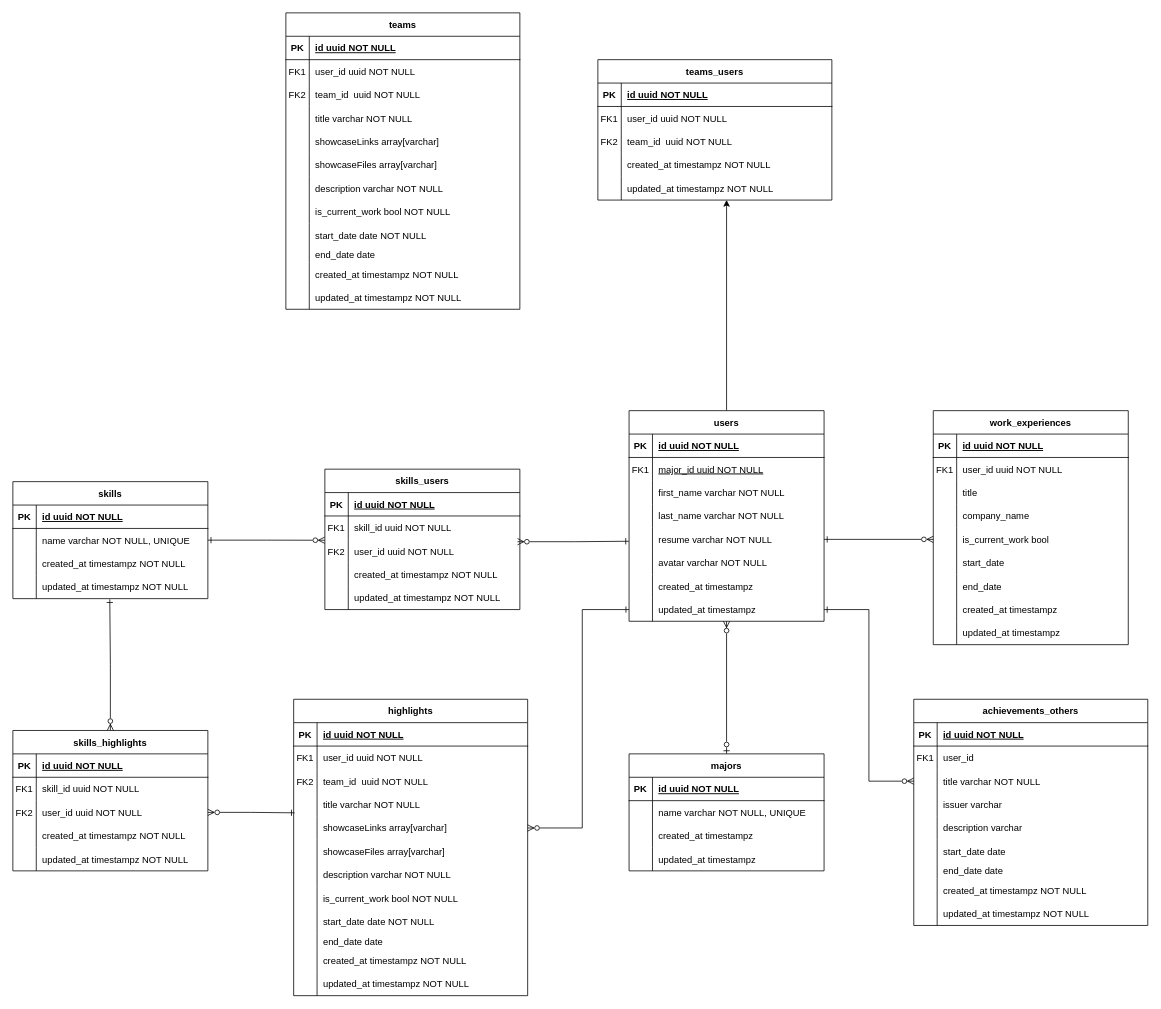
jmsandiegoo/launchlab_nus_app keeps this draw.io diagram as er-diagram.drawio. Above is the earlier version. Source tidied: cells renumbered, new cells numbered last; positions are measured from the earlier drawing's top-left corner, leaving out a move shared by most shapes. Both pictures are drawn from the tidied source at 78%, with x=0, y=0 at pixel (12, 12).
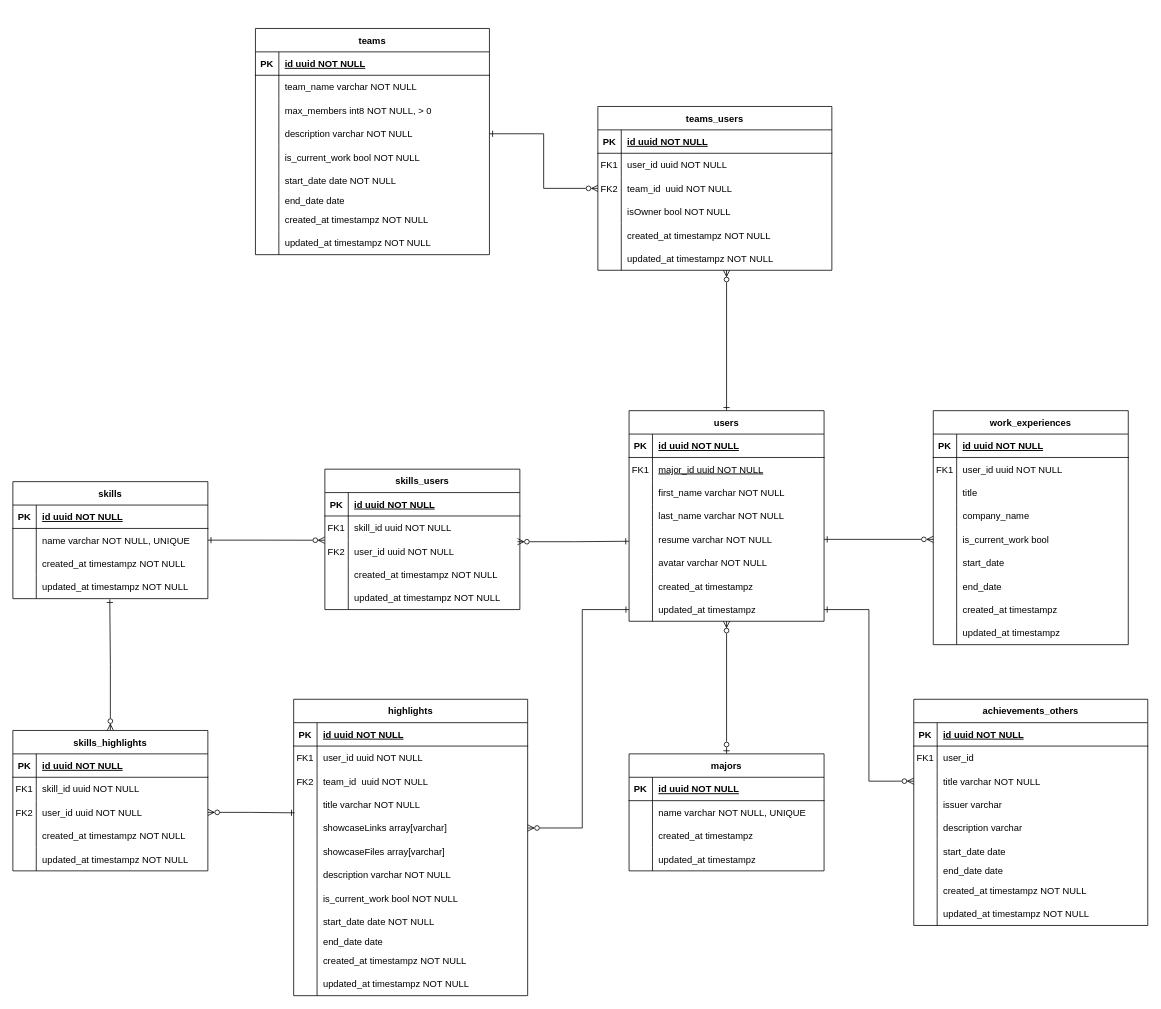
Above is the later version.

Unchanged cells that the change refers to:
```xml
<mxCell id="3" value="users" style="shape=table;startSize=30;childLayout=tableLayout;rowLines=0;fontStyle=1;align=center;" parent="1" vertex="1">
  <mxGeometry x="790" y="510" width="250" height="270" as="geometry" />
</mxCell>
<mxCell id="233" style="shape=partialRectangle;fillColor=none;points=[[0,0.5],[1,0.5]];portConstraint=eastwest;top=0;left=0;right=0;bottom=0;" parent="226" vertex="1">
  <mxGeometry y="90" width="300" height="30" as="geometry" />
</mxCell>
```

Change to the diagram source:
```diff
@@
-    <mxCell id="2" style="edgeStyle=orthogonalEdgeStyle;rounded=0;jettySize=auto;html=1;exitX=0.5;exitY=0;exitDx=0;exitDy=0;entryX=0.55;entryY=0.996;entryDx=0;entryDy=0;entryPerimeter=0;" parent="1" edge="1" source="3" target="239">
+    <mxCell id="2" style="edgeStyle=orthogonalEdgeStyle;rounded=0;jettySize=auto;html=1;exitX=0.5;exitY=0;exitDx=0;exitDy=0;entryX=0.55;entryY=0.996;entryDx=0;entryDy=0;entryPerimeter=0;endArrow=ERzeroToMany;endFill=0;startArrow=ERone;startFill=0;" parent="1" edge="1" source="3" target="239">
       <mxGeometry relative="1" as="geometry" />
     </mxCell>
@@
     <mxCell id="189" value="teams" style="shape=table;startSize=30;childLayout=tableLayout;rowLines=0;fontStyle=1;align=center;" parent="1" vertex="1">
-      <mxGeometry x="350" width="300" height="380" as="geometry" />
+      <mxGeometry x="311" y="20" width="300" height="290" as="geometry" />
     </mxCell>
@@
-    <mxCell id="193" style="shape=partialRectangle;fillColor=none;top=0;left=0;right=0;bottom=0;" parent="189" vertex="1">
-      <mxGeometry y="60" width="300" height="30" as="geometry" />
-    </mxCell>
-    <mxCell id="194" value="FK1" style="shape=partialRectangle;overflow=hidden;fillColor=none;top=0;left=0;bottom=0;right=0;" parent="193" vertex="1">
-      <mxGeometry width="30" height="30" as="geometry" />
-    </mxCell>
-    <mxCell id="195" value="user_id uuid NOT NULL" style="shape=partialRectangle;overflow=hidden;fillColor=none;top=0;left=0;bottom=0;right=0;align=left;spacingLeft=6;" parent="193" vertex="1">
-      <mxGeometry x="30" width="270" height="30" as="geometry" />
-    </mxCell>
-    <mxCell id="196" style="shape=partialRectangle;fillColor=none;top=0;left=0;right=0;bottom=0;" parent="189" vertex="1">
-      <mxGeometry y="90" width="300" height="30" as="geometry" />
-    </mxCell>
-    <mxCell id="197" value="FK2" style="shape=partialRectangle;overflow=hidden;fillColor=none;top=0;left=0;bottom=0;right=0;" parent="196" vertex="1">
-      <mxGeometry width="30" height="30" as="geometry" />
-    </mxCell>
-    <mxCell id="198" value="team_id  uuid NOT NULL" style="shape=partialRectangle;overflow=hidden;fillColor=none;top=0;left=0;bottom=0;right=0;align=left;spacingLeft=6;" parent="196" vertex="1">
-      <mxGeometry x="30" width="270" height="30" as="geometry" />
-    </mxCell>
     <mxCell id="199" style="shape=partialRectangle;fillColor=none;top=0;left=0;right=0;bottom=0;" parent="189" vertex="1">
-      <mxGeometry y="120" width="300" height="30" as="geometry" />
+      <mxGeometry y="60" width="300" height="30" as="geometry" />
     </mxCell>
@@
-    <mxCell id="201" value="title varchar NOT NULL" style="shape=partialRectangle;overflow=hidden;fillColor=none;top=0;left=0;bottom=0;right=0;align=left;spacingLeft=6;" parent="199" vertex="1">
+    <mxCell id="201" value="team_name varchar NOT NULL" style="shape=partialRectangle;overflow=hidden;fillColor=none;top=0;left=0;bottom=0;right=0;align=left;spacingLeft=6;" parent="199" vertex="1">
       <mxGeometry x="30" width="270" height="30" as="geometry" />
     </mxCell>
     <mxCell id="202" style="shape=partialRectangle;fillColor=none;top=0;left=0;right=0;bottom=0;" parent="189" vertex="1">
-      <mxGeometry y="150" width="300" height="30" as="geometry" />
+      <mxGeometry y="90" width="300" height="30" as="geometry" />
     </mxCell>
@@
-    <mxCell id="204" value="showcaseLinks array[varchar]" style="shape=partialRectangle;overflow=hidden;fillColor=none;top=0;left=0;bottom=0;right=0;align=left;spacingLeft=6;" parent="202" vertex="1">
+    <mxCell id="204" value="max_members int8 NOT NULL, &gt; 0" style="shape=partialRectangle;overflow=hidden;fillColor=none;top=0;left=0;bottom=0;right=0;align=left;spacingLeft=6;" parent="202" vertex="1">
       <mxGeometry x="30" width="270" height="30" as="geometry" />
     </mxCell>
-    <mxCell id="205" style="shape=partialRectangle;fillColor=none;top=0;left=0;right=0;bottom=0;" parent="189" vertex="1">
-      <mxGeometry y="180" width="300" height="30" as="geometry" />
-    </mxCell>
-    <mxCell id="206" style="shape=partialRectangle;overflow=hidden;fillColor=none;top=0;left=0;bottom=0;right=0;" parent="205" vertex="1">
-      <mxGeometry width="30" height="30" as="geometry" />
-    </mxCell>
-    <mxCell id="207" value="showcaseFiles array[varchar]" style="shape=partialRectangle;overflow=hidden;fillColor=none;top=0;left=0;bottom=0;right=0;align=left;spacingLeft=6;" parent="205" vertex="1">
-      <mxGeometry x="30" width="270" height="30" as="geometry" />
-    </mxCell>
     <mxCell id="208" style="shape=partialRectangle;fillColor=none;points=[[0,0.5],[1,0.5]];portConstraint=eastwest;top=0;left=0;right=0;bottom=0;" parent="189" vertex="1">
-      <mxGeometry y="210" width="300" height="30" as="geometry" />
+      <mxGeometry y="120" width="300" height="30" as="geometry" />
     </mxCell>
@@
     <mxCell id="211" style="shape=partialRectangle;fillColor=none;top=0;left=0;right=0;bottom=0;" parent="189" vertex="1">
-      <mxGeometry y="240" width="300" height="30" as="geometry" />
+      <mxGeometry y="150" width="300" height="30" as="geometry" />
     </mxCell>
@@
     <mxCell id="214" style="shape=partialRectangle;fillColor=none;top=0;left=0;right=0;bottom=0;" parent="189" vertex="1">
-      <mxGeometry y="270" width="300" height="30" as="geometry" />
+      <mxGeometry y="180" width="300" height="30" as="geometry" />
     </mxCell>
@@
     <mxCell id="217" style="shape=partialRectangle;fillColor=none;top=0;left=0;right=0;bottom=0;" parent="189" vertex="1">
-      <mxGeometry y="300" width="300" height="20" as="geometry" />
+      <mxGeometry y="210" width="300" height="20" as="geometry" />
     </mxCell>
@@
     <mxCell id="220" style="shape=partialRectangle;fillColor=none;top=0;left=0;right=0;bottom=0;" parent="189" vertex="1">
-      <mxGeometry y="320" width="300" height="30" as="geometry" />
+      <mxGeometry y="230" width="300" height="30" as="geometry" />
     </mxCell>
@@
     <mxCell id="223" style="shape=partialRectangle;fillColor=none;top=0;left=0;right=0;bottom=0;" parent="189" vertex="1">
-      <mxGeometry y="350" width="300" height="30" as="geometry" />
+      <mxGeometry y="260" width="300" height="30" as="geometry" />
     </mxCell>
@@
     <mxCell id="226" value="teams_users" style="shape=table;startSize=30;childLayout=tableLayout;rowLines=0;fontStyle=1;align=center;" parent="1" vertex="1">
-      <mxGeometry x="750" y="60" width="300" height="180" as="geometry" />
+      <mxGeometry x="750" y="120" width="300" height="210" as="geometry" />
     </mxCell>
@@
+    <mxCell id="242" style="shape=partialRectangle;fillColor=none;top=0;left=0;right=0;bottom=0;" parent="226" vertex="1">
+      <mxGeometry y="120" width="300" height="30" as="geometry" />
+    </mxCell>
+    <mxCell id="206" style="shape=partialRectangle;overflow=hidden;fillColor=none;top=0;left=0;bottom=0;right=0;" parent="242" vertex="1">
+      <mxGeometry width="30" height="30" as="geometry" />
+    </mxCell>
+    <mxCell id="243" value="isOwner bool NOT NULL" style="shape=partialRectangle;overflow=hidden;fillColor=none;top=0;left=0;bottom=0;right=0;align=left;spacingLeft=6;" parent="242" vertex="1">
+      <mxGeometry x="30" width="270" height="30" as="geometry" />
+    </mxCell>
     <mxCell id="236" style="shape=partialRectangle;fillColor=none;top=0;left=0;right=0;bottom=0;" parent="226" vertex="1">
-      <mxGeometry y="120" width="300" height="30" as="geometry" />
+      <mxGeometry y="150" width="300" height="30" as="geometry" />
     </mxCell>
@@
     <mxCell id="239" style="shape=partialRectangle;fillColor=none;points=[[0,0.5],[1,0.5]];portConstraint=eastwest;top=0;left=0;right=0;bottom=0;" parent="226" vertex="1">
-      <mxGeometry y="150" width="300" height="30" as="geometry" />
+      <mxGeometry y="180" width="300" height="30" as="geometry" />
     </mxCell>
@@
+    <mxCell id="244" style="edgeStyle=orthogonalEdgeStyle;rounded=0;jettySize=auto;html=1;exitX=1;exitY=0.5;exitDx=0;exitDy=0;startArrow=ERone;startFill=0;endArrow=ERzeroToMany;endFill=0;" parent="1" edge="1" source="208" target="233">
+      <mxGeometry relative="1" as="geometry" />
+    </mxCell>
```
